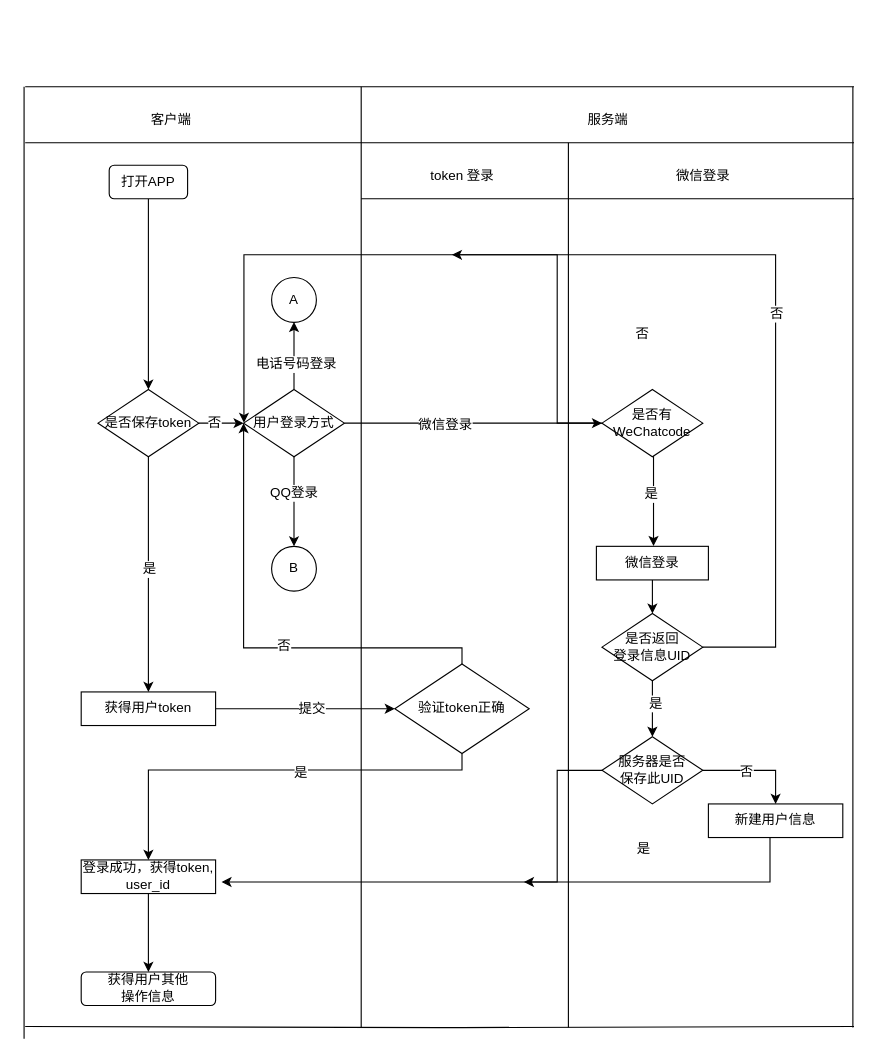
This is 登录.drawio from LiErhua/draw.io, a draw.io file, before an edit. Source tidied: cells renumbered, new cells numbered last; positions are measured from the earlier drawing's top-left corner, leaving out a move shared by most shapes. Both pictures are drawn from the tidied source at 112%, with x=0, y=0 at pixel (24, 86).
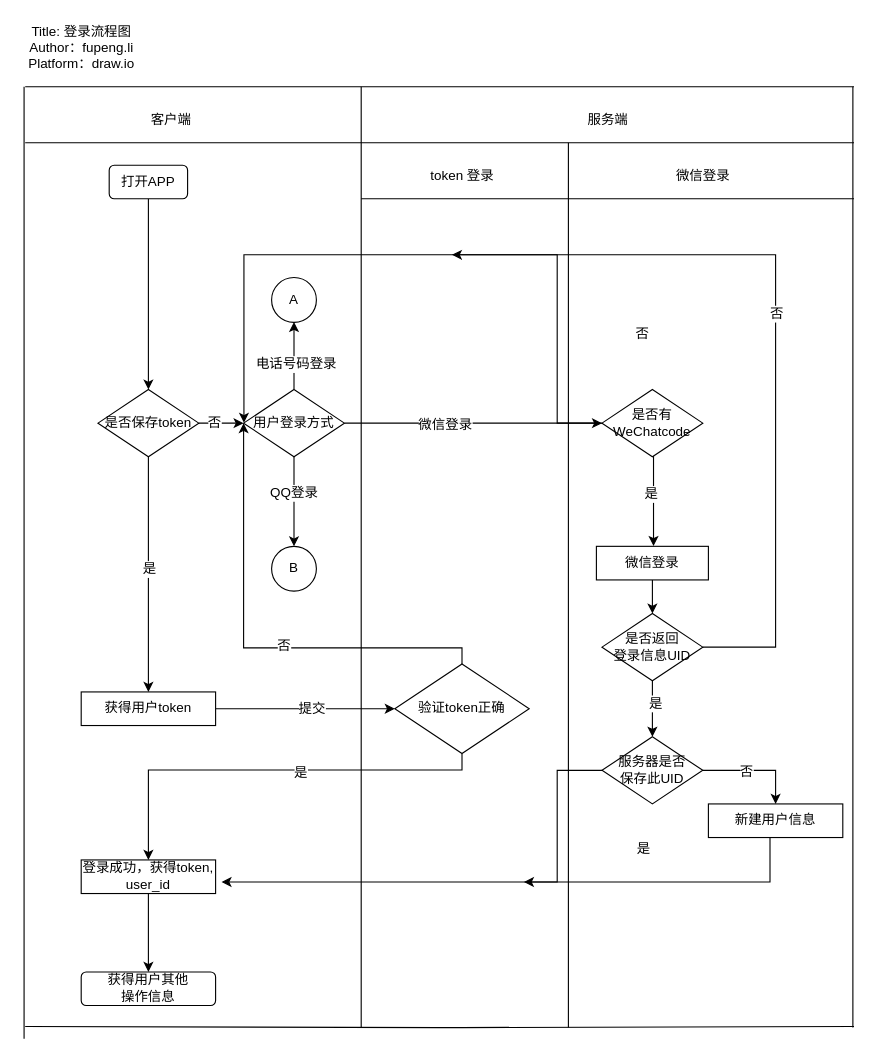
After the change.

Change to the diagram source:
```diff
@@
+    <mxCell id="60" value="Title: 登录流程图&lt;br&gt;Author：fupeng.li&lt;br&gt;Platform：draw.io" style="text;html=1;align=center;verticalAlign=middle;" parent="1" vertex="1">
+      <mxGeometry x="-4" y="-60" width="110" height="50" as="geometry" />
+    </mxCell>
```
